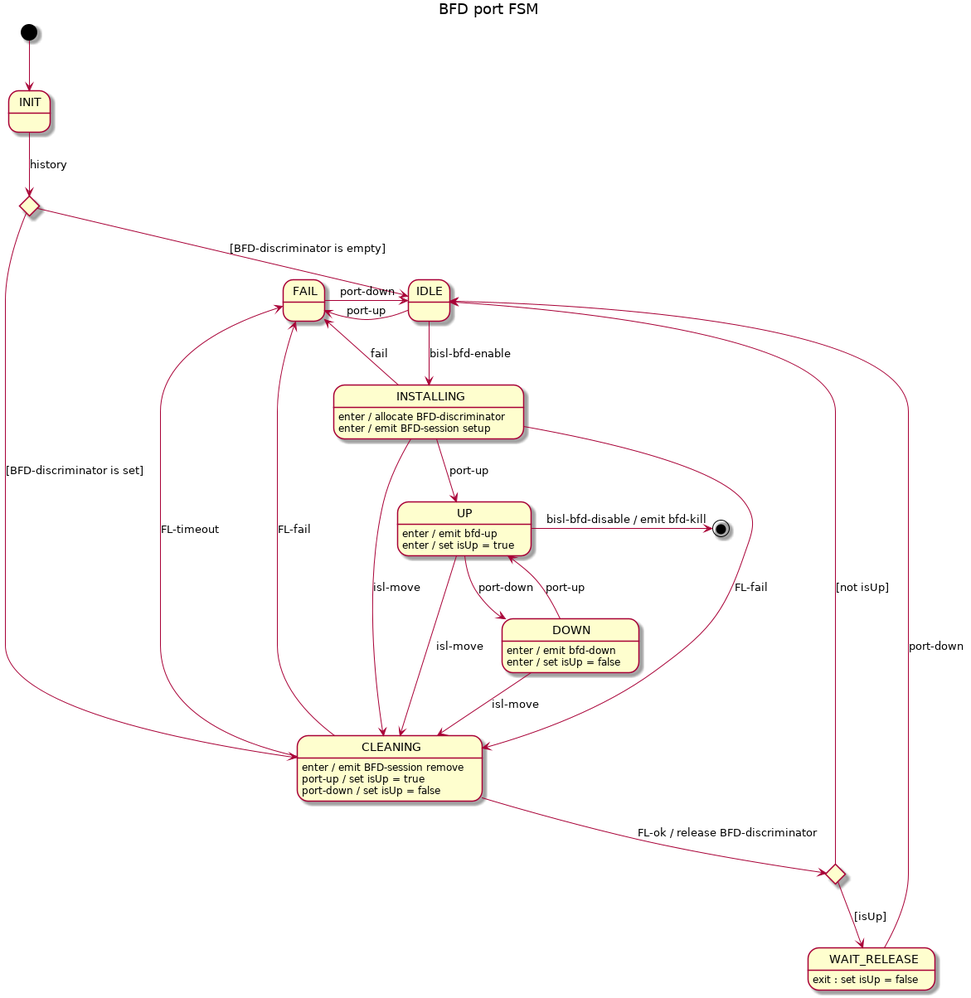
Earlier version of the PlantUML export docs/design/network-discovery/bfd-port-FSM.png (telstra/open-kilda).
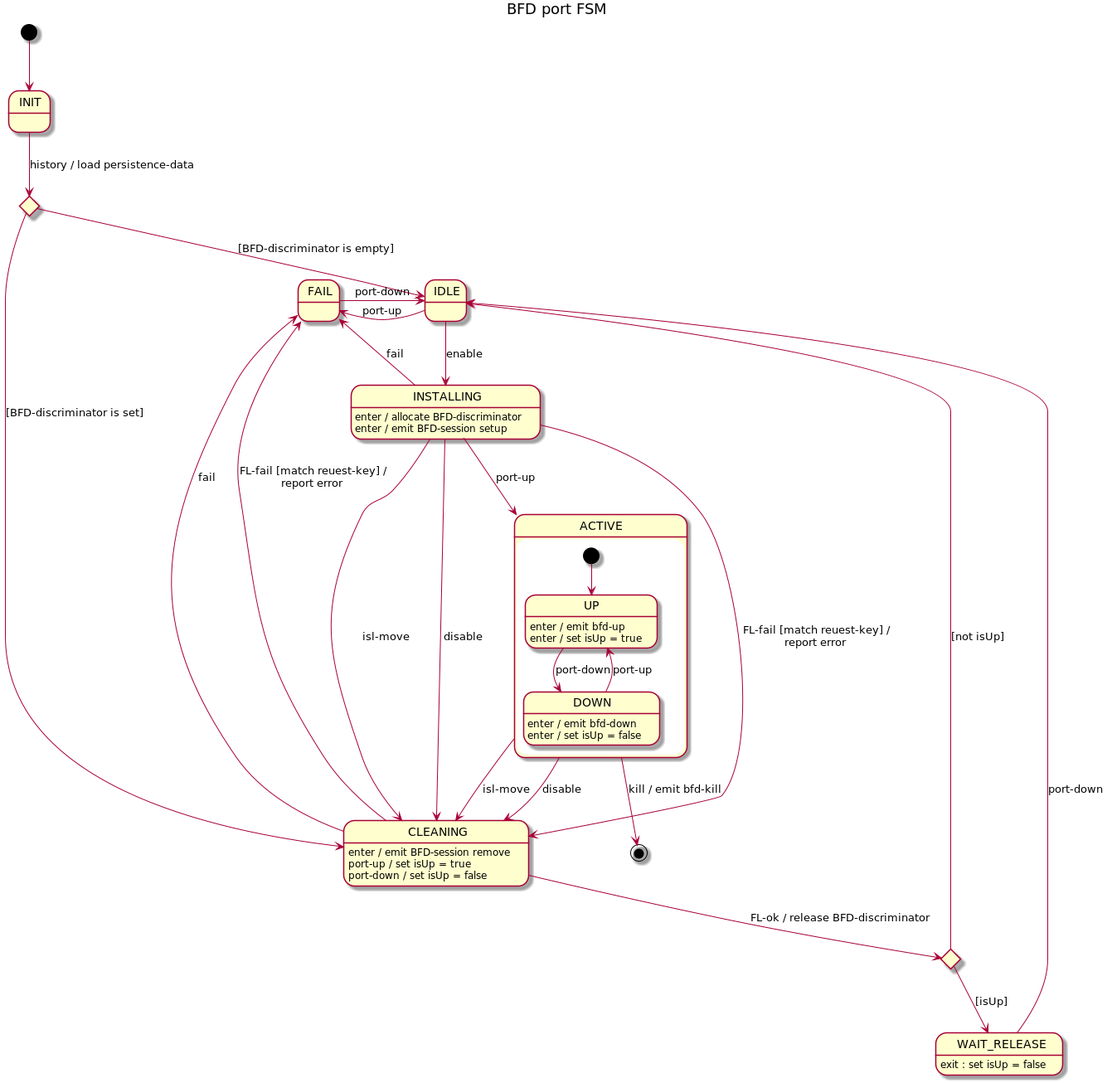
The same diagram one commit later.

Diff of the diagram source:
```diff
@@ -4,17 +4,18 @@
 [*] --> INIT
 
 state initChoice <<choice>>
-INIT --> initChoice : history
+INIT --> initChoice : history / load persistence-data
 
 initChoice --> IDLE : [BFD-discriminator is empty]
 initChoice --> CLEANING : [BFD-discriminator is set]
 
-IDLE --> INSTALLING : bisl-bfd-enable
+IDLE --> INSTALLING : enable
 IDLE -l-> FAIL : port-up
 
-INSTALLING --> UP : port-up
-INSTALLING --> CLEANING : FL-fail
+INSTALLING --> ACTIVE : port-up
+INSTALLING --> CLEANING : FL-fail [match reuest-key] /\nreport error
 INSTALLING --> CLEANING : isl-move
+INSTALLING --> CLEANING : disable
 INSTALLING --> FAIL : fail
 INSTALLING : enter / allocate BFD-discriminator
 INSTALLING : enter / emit BFD-session setup
@@ -22,8 +23,8 @@
 state cleaningChoice <<choice>>
 
 CLEANING --> cleaningChoice : FL-ok / release BFD-discriminator
-CLEANING --> FAIL : FL-fail
-CLEANING --> FAIL : FL-timeout
+CLEANING --> FAIL : FL-fail [match reuest-key] /\nreport error
+CLEANING --> FAIL : fail
 CLEANING : enter / emit BFD-session remove
 CLEANING : port-up / set isUp = true
 CLEANING : port-down / set isUp = false
@@ -34,16 +35,20 @@
 WAIT_RELEASE --> IDLE : port-down
 WAIT_RELEASE : exit : set isUp = false
 
-UP --> DOWN : port-down
-UP --> CLEANING : isl-move
-UP -> [*] : bisl-bfd-disable / emit bfd-kill
-UP : enter / emit bfd-up
-UP : enter / set isUp = true
+state ACTIVE {
+    [*] --> UP
 
-DOWN --> UP : port-up
-DOWN --> CLEANING : isl-move
-DOWN : enter / emit bfd-down
-DOWN : enter / set isUp = false
+    UP --> DOWN : port-down
+    UP : enter / emit bfd-up
+    UP : enter / set isUp = true
+
+    DOWN --> UP : port-up
+    DOWN : enter / emit bfd-down
+    DOWN : enter / set isUp = false
+}
+ACTIVE --> CLEANING : isl-move
+ACTIVE --> CLEANING : disable
+ACTIVE --> [*] : kill / emit bfd-kill
 
 FAIL -r-> IDLE : port-down
 
```
